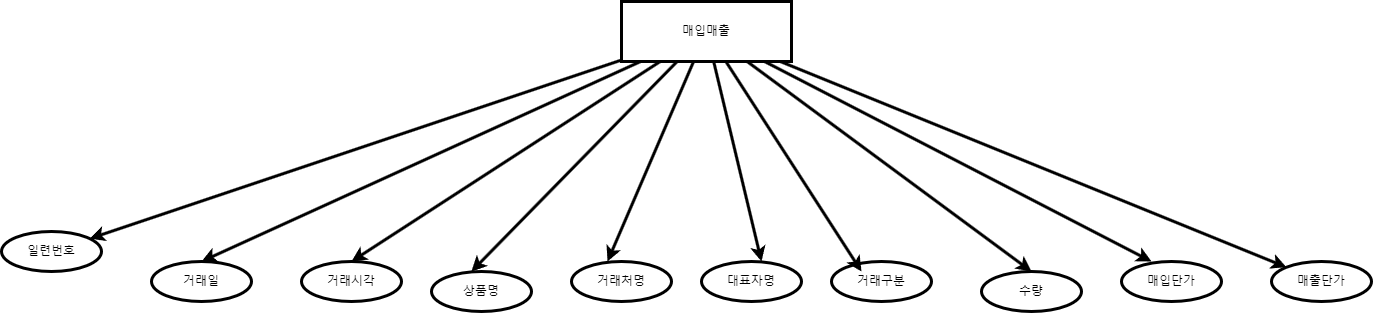
The draw.io diagram 매입매출/매입매출.drawio.png in pizzajoa/Biz-2024-DBMS, before a commit. Source tidied: cells renumbered, new cells last; positions are measured from the earlier drawing's top-left corner, leaving out a move shared by most shapes. Its diagram source:
```xml
<mxGraphModel>
  <root>
    <mxCell id="0" />
    <mxCell id="1" parent="0" />
    <mxCell id="2" style="rounded=0;jettySize=auto;html=1;strokeWidth=3;" parent="1" edge="1" source="7" target="8">
      <mxGeometry relative="1" as="geometry" />
    </mxCell>
    <mxCell id="3" style="rounded=0;jettySize=auto;html=1;entryX=0.5;entryY=0;entryDx=0;entryDy=0;strokeWidth=3;" parent="1" edge="1" source="7" target="9">
      <mxGeometry relative="1" as="geometry" />
    </mxCell>
    <mxCell id="4" style="rounded=0;jettySize=auto;html=1;entryX=0.5;entryY=0;entryDx=0;entryDy=0;strokeWidth=3;" parent="1" edge="1" source="7" target="10">
      <mxGeometry relative="1" as="geometry" />
    </mxCell>
    <mxCell id="5" style="rounded=0;jettySize=auto;html=1;entryX=0.5;entryY=0;entryDx=0;entryDy=0;strokeWidth=3;" parent="1" edge="1" source="7" target="15">
      <mxGeometry relative="1" as="geometry" />
    </mxCell>
    <mxCell id="6" style="rounded=0;jettySize=auto;html=1;strokeWidth=3;" parent="1" edge="1" source="7" target="17">
      <mxGeometry relative="1" as="geometry" />
    </mxCell>
    <mxCell id="7" value="매입매출" style="whiteSpace=wrap;html=1;align=center;strokeWidth=3;" parent="1" vertex="1">
      <mxGeometry x="620" width="170" height="60" as="geometry" />
    </mxCell>
    <mxCell id="8" value="일련번호" style="ellipse;whiteSpace=wrap;html=1;align=center;strokeWidth=3;" parent="1" vertex="1">
      <mxGeometry y="230" width="100" height="40" as="geometry" />
    </mxCell>
    <mxCell id="9" value="거래일" style="ellipse;whiteSpace=wrap;html=1;align=center;strokeWidth=3;" parent="1" vertex="1">
      <mxGeometry x="150" y="260" width="100" height="40" as="geometry" />
    </mxCell>
    <mxCell id="10" value="거래시각" style="ellipse;whiteSpace=wrap;html=1;align=center;strokeWidth=3;" parent="1" vertex="1">
      <mxGeometry x="300" y="260" width="100" height="40" as="geometry" />
    </mxCell>
    <mxCell id="11" value="상품명" style="ellipse;whiteSpace=wrap;html=1;align=center;strokeWidth=3;" parent="1" vertex="1">
      <mxGeometry x="430" y="270" width="100" height="40" as="geometry" />
    </mxCell>
    <mxCell id="12" value="거래처명" style="ellipse;whiteSpace=wrap;html=1;align=center;strokeWidth=3;" parent="1" vertex="1">
      <mxGeometry x="570" y="260" width="100" height="40" as="geometry" />
    </mxCell>
    <mxCell id="13" value="대표자명" style="ellipse;whiteSpace=wrap;html=1;align=center;strokeWidth=3;" parent="1" vertex="1">
      <mxGeometry x="700" y="260" width="100" height="40" as="geometry" />
    </mxCell>
    <mxCell id="14" value="거래구분" style="ellipse;whiteSpace=wrap;html=1;align=center;strokeWidth=3;" parent="1" vertex="1">
      <mxGeometry x="830" y="260" width="100" height="40" as="geometry" />
    </mxCell>
    <mxCell id="15" value="수량" style="ellipse;whiteSpace=wrap;html=1;align=center;strokeWidth=3;" parent="1" vertex="1">
      <mxGeometry x="980" y="270" width="100" height="40" as="geometry" />
    </mxCell>
    <mxCell id="16" value="매입단가" style="ellipse;whiteSpace=wrap;html=1;align=center;strokeWidth=3;" parent="1" vertex="1">
      <mxGeometry x="1120" y="260" width="100" height="40" as="geometry" />
    </mxCell>
    <mxCell id="17" value="매출단가" style="ellipse;whiteSpace=wrap;html=1;align=center;strokeWidth=3;" parent="1" vertex="1">
      <mxGeometry x="1270" y="260" width="100" height="40" as="geometry" />
    </mxCell>
    <mxCell id="18" style="rounded=0;jettySize=auto;html=1;entryX=0.4;entryY=0;entryDx=0;entryDy=0;entryPerimeter=0;strokeWidth=3;" parent="1" edge="1" source="7" target="11">
      <mxGeometry relative="1" as="geometry" />
    </mxCell>
    <mxCell id="19" style="rounded=0;jettySize=auto;html=1;entryX=0.36;entryY=0;entryDx=0;entryDy=0;entryPerimeter=0;strokeWidth=3;" parent="1" edge="1" source="7" target="12">
      <mxGeometry relative="1" as="geometry" />
    </mxCell>
    <mxCell id="20" style="rounded=0;jettySize=auto;html=1;entryX=0.6;entryY=0;entryDx=0;entryDy=0;entryPerimeter=0;strokeWidth=3;" parent="1" edge="1" source="7" target="13">
      <mxGeometry relative="1" as="geometry" />
    </mxCell>
    <mxCell id="21" style="rounded=0;jettySize=auto;html=1;entryX=0.3;entryY=0.25;entryDx=0;entryDy=0;entryPerimeter=0;strokeWidth=3;" parent="1" edge="1" source="7" target="14">
      <mxGeometry relative="1" as="geometry" />
    </mxCell>
    <mxCell id="22" style="rounded=0;jettySize=auto;html=1;entryX=0.3;entryY=0;entryDx=0;entryDy=0;entryPerimeter=0;strokeWidth=3;" parent="1" edge="1" source="7" target="16">
      <mxGeometry relative="1" as="geometry" />
    </mxCell>
  </root>
</mxGraphModel>
```
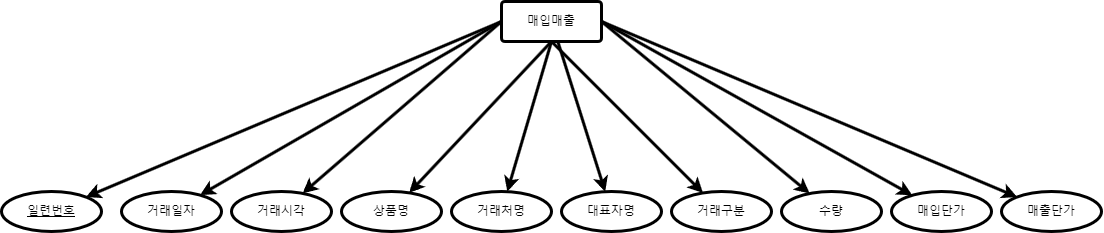
The same file after the commit.

What changed in the source:
```diff
@@ -2,68 +2,68 @@
   <root>
     <mxCell id="0" />
     <mxCell id="1" parent="0" />
-    <mxCell id="2" style="rounded=0;jettySize=auto;html=1;strokeWidth=3;" parent="1" edge="1" source="7" target="8">
+    <mxCell id="2" style="rounded=0;jettySize=auto;html=1;exitX=0;exitY=0.5;exitDx=0;exitDy=0;strokeColor=default;strokeWidth=3;" parent="1" edge="1" source="7" target="8">
       <mxGeometry relative="1" as="geometry" />
     </mxCell>
-    <mxCell id="3" style="rounded=0;jettySize=auto;html=1;entryX=0.5;entryY=0;entryDx=0;entryDy=0;strokeWidth=3;" parent="1" edge="1" source="7" target="9">
-      <mxGeometry relative="1" as="geometry" />
-    </mxCell>
+    <mxCell id="23" style="rounded=0;jettySize=auto;html=1;exitX=0;exitY=0.5;exitDx=0;exitDy=0;strokeColor=default;strokeWidth=3;" parent="1" edge="1" source="7" target="24">
+      <mxGeometry relative="1" as="geometry" />
+    </mxCell>
-    <mxCell id="4" style="rounded=0;jettySize=auto;html=1;entryX=0.5;entryY=0;entryDx=0;entryDy=0;strokeWidth=3;" parent="1" edge="1" source="7" target="10">
+    <mxCell id="4" style="rounded=0;jettySize=auto;html=1;exitX=0;exitY=0.5;exitDx=0;exitDy=0;strokeColor=default;strokeWidth=3;" parent="1" edge="1" source="7" target="10">
       <mxGeometry relative="1" as="geometry" />
     </mxCell>
+    <mxCell id="18" style="rounded=0;jettySize=auto;html=1;exitX=0.5;exitY=1;exitDx=0;exitDy=0;strokeColor=default;strokeWidth=3;" parent="1" edge="1" source="7" target="11">
+      <mxGeometry relative="1" as="geometry" />
+    </mxCell>
+    <mxCell id="19" style="rounded=0;jettySize=auto;html=1;exitX=0.5;exitY=1;exitDx=0;exitDy=0;strokeColor=default;strokeWidth=3;" parent="1" edge="1" source="7" target="12">
+      <mxGeometry relative="1" as="geometry" />
+    </mxCell>
+    <mxCell id="20" style="rounded=0;jettySize=auto;html=1;strokeColor=default;strokeWidth=3;" parent="1" edge="1" source="7" target="13">
+      <mxGeometry relative="1" as="geometry" />
+    </mxCell>
+    <mxCell id="6" style="rounded=0;jettySize=auto;html=1;exitX=1;exitY=0.5;exitDx=0;exitDy=0;strokeColor=default;strokeWidth=3;" parent="1" edge="1" source="7" target="17">
+      <mxGeometry relative="1" as="geometry" />
+    </mxCell>
+    <mxCell id="22" style="rounded=0;jettySize=auto;html=1;exitX=1;exitY=0.5;exitDx=0;exitDy=0;strokeColor=default;strokeWidth=3;" parent="1" edge="1" source="7" target="16">
+      <mxGeometry relative="1" as="geometry" />
+    </mxCell>
-    <mxCell id="5" style="rounded=0;jettySize=auto;html=1;entryX=0.5;entryY=0;entryDx=0;entryDy=0;strokeWidth=3;" parent="1" edge="1" source="7" target="15">
+    <mxCell id="5" style="rounded=0;jettySize=auto;html=1;exitX=1;exitY=0.5;exitDx=0;exitDy=0;strokeColor=default;strokeWidth=3;" parent="1" edge="1" source="7" target="15">
       <mxGeometry relative="1" as="geometry" />
     </mxCell>
-    <mxCell id="6" style="rounded=0;jettySize=auto;html=1;strokeWidth=3;" parent="1" edge="1" source="7" target="17">
-      <mxGeometry relative="1" as="geometry" />
-    </mxCell>
+    <mxCell id="21" style="rounded=0;jettySize=auto;html=1;exitX=0.5;exitY=1;exitDx=0;exitDy=0;strokeColor=default;strokeWidth=3;" parent="1" edge="1" source="7" target="14">
+      <mxGeometry relative="1" as="geometry" />
+    </mxCell>
-    <mxCell id="7" value="매입매출" style="whiteSpace=wrap;html=1;align=center;strokeWidth=3;" parent="1" vertex="1">
-      <mxGeometry x="620" width="170" height="60" as="geometry" />
+    <mxCell id="7" value="매입매출" style="rounded=1;arcSize=9;whiteSpace=wrap;html=1;align=center;strokeColor=default;strokeWidth=3;" parent="1" vertex="1">
+      <mxGeometry x="670" y="20" width="100" height="40" as="geometry" />
     </mxCell>
-    <mxCell id="8" value="일련번호" style="ellipse;whiteSpace=wrap;html=1;align=center;strokeWidth=3;" parent="1" vertex="1">
-      <mxGeometry y="230" width="100" height="40" as="geometry" />
+    <mxCell id="8" value="일련번호" style="ellipse;whiteSpace=wrap;html=1;align=center;fontStyle=4;strokeColor=default;strokeWidth=3;" parent="1" vertex="1">
+      <mxGeometry x="170" y="210" width="100" height="40" as="geometry" />
     </mxCell>
-    <mxCell id="9" value="거래일" style="ellipse;whiteSpace=wrap;html=1;align=center;strokeWidth=3;" parent="1" vertex="1">
-      <mxGeometry x="150" y="260" width="100" height="40" as="geometry" />
-    </mxCell>
+    <mxCell id="24" value="거래일자" style="ellipse;whiteSpace=wrap;html=1;align=center;strokeColor=default;strokeWidth=3;" parent="1" vertex="1">
+      <mxGeometry x="290" y="210" width="100" height="40" as="geometry" />
+    </mxCell>
-    <mxCell id="10" value="거래시각" style="ellipse;whiteSpace=wrap;html=1;align=center;strokeWidth=3;" parent="1" vertex="1">
-      <mxGeometry x="300" y="260" width="100" height="40" as="geometry" />
+    <mxCell id="10" value="거래시각" style="ellipse;whiteSpace=wrap;html=1;align=center;strokeColor=default;strokeWidth=3;" parent="1" vertex="1">
+      <mxGeometry x="400" y="210" width="100" height="40" as="geometry" />
     </mxCell>
-    <mxCell id="11" value="상품명" style="ellipse;whiteSpace=wrap;html=1;align=center;strokeWidth=3;" parent="1" vertex="1">
-      <mxGeometry x="430" y="270" width="100" height="40" as="geometry" />
+    <mxCell id="11" value="상품명" style="ellipse;whiteSpace=wrap;html=1;align=center;strokeColor=default;strokeWidth=3;" parent="1" vertex="1">
+      <mxGeometry x="510" y="210" width="100" height="40" as="geometry" />
     </mxCell>
-    <mxCell id="12" value="거래처명" style="ellipse;whiteSpace=wrap;html=1;align=center;strokeWidth=3;" parent="1" vertex="1">
-      <mxGeometry x="570" y="260" width="100" height="40" as="geometry" />
+    <mxCell id="12" value="거래처명" style="ellipse;whiteSpace=wrap;html=1;align=center;strokeColor=default;strokeWidth=3;" parent="1" vertex="1">
+      <mxGeometry x="620" y="210" width="100" height="40" as="geometry" />
     </mxCell>
-    <mxCell id="13" value="대표자명" style="ellipse;whiteSpace=wrap;html=1;align=center;strokeWidth=3;" parent="1" vertex="1">
-      <mxGeometry x="700" y="260" width="100" height="40" as="geometry" />
+    <mxCell id="13" value="대표자명" style="ellipse;whiteSpace=wrap;html=1;align=center;strokeColor=default;strokeWidth=3;" parent="1" vertex="1">
+      <mxGeometry x="730" y="210" width="100" height="40" as="geometry" />
     </mxCell>
-    <mxCell id="14" value="거래구분" style="ellipse;whiteSpace=wrap;html=1;align=center;strokeWidth=3;" parent="1" vertex="1">
-      <mxGeometry x="830" y="260" width="100" height="40" as="geometry" />
+    <mxCell id="14" value="거래구분" style="ellipse;whiteSpace=wrap;html=1;align=center;strokeColor=default;strokeWidth=3;" parent="1" vertex="1">
+      <mxGeometry x="840" y="210" width="100" height="40" as="geometry" />
     </mxCell>
-    <mxCell id="15" value="수량" style="ellipse;whiteSpace=wrap;html=1;align=center;strokeWidth=3;" parent="1" vertex="1">
-      <mxGeometry x="980" y="270" width="100" height="40" as="geometry" />
+    <mxCell id="15" value="수량" style="ellipse;whiteSpace=wrap;html=1;align=center;strokeColor=default;strokeWidth=3;" parent="1" vertex="1">
+      <mxGeometry x="950" y="210" width="100" height="40" as="geometry" />
     </mxCell>
-    <mxCell id="16" value="매입단가" style="ellipse;whiteSpace=wrap;html=1;align=center;strokeWidth=3;" parent="1" vertex="1">
-      <mxGeometry x="1120" y="260" width="100" height="40" as="geometry" />
+    <mxCell id="16" value="매입단가" style="ellipse;whiteSpace=wrap;html=1;align=center;strokeColor=default;strokeWidth=3;" parent="1" vertex="1">
+      <mxGeometry x="1060" y="210" width="100" height="40" as="geometry" />
     </mxCell>
-    <mxCell id="17" value="매출단가" style="ellipse;whiteSpace=wrap;html=1;align=center;strokeWidth=3;" parent="1" vertex="1">
-      <mxGeometry x="1270" y="260" width="100" height="40" as="geometry" />
+    <mxCell id="17" value="매출단가" style="ellipse;whiteSpace=wrap;html=1;align=center;strokeColor=default;strokeWidth=3;" parent="1" vertex="1">
+      <mxGeometry x="1170" y="210" width="100" height="40" as="geometry" />
     </mxCell>
-    <mxCell id="18" style="rounded=0;jettySize=auto;html=1;entryX=0.4;entryY=0;entryDx=0;entryDy=0;entryPerimeter=0;strokeWidth=3;" parent="1" edge="1" source="7" target="11">
-      <mxGeometry relative="1" as="geometry" />
-    </mxCell>
-    <mxCell id="19" style="rounded=0;jettySize=auto;html=1;entryX=0.36;entryY=0;entryDx=0;entryDy=0;entryPerimeter=0;strokeWidth=3;" parent="1" edge="1" source="7" target="12">
-      <mxGeometry relative="1" as="geometry" />
-    </mxCell>
-    <mxCell id="20" style="rounded=0;jettySize=auto;html=1;entryX=0.6;entryY=0;entryDx=0;entryDy=0;entryPerimeter=0;strokeWidth=3;" parent="1" edge="1" source="7" target="13">
-      <mxGeometry relative="1" as="geometry" />
-    </mxCell>
-    <mxCell id="21" style="rounded=0;jettySize=auto;html=1;entryX=0.3;entryY=0.25;entryDx=0;entryDy=0;entryPerimeter=0;strokeWidth=3;" parent="1" edge="1" source="7" target="14">
-      <mxGeometry relative="1" as="geometry" />
-    </mxCell>
-    <mxCell id="22" style="rounded=0;jettySize=auto;html=1;entryX=0.3;entryY=0;entryDx=0;entryDy=0;entryPerimeter=0;strokeWidth=3;" parent="1" edge="1" source="7" target="16">
-      <mxGeometry relative="1" as="geometry" />
-    </mxCell>
   </root>
 </mxGraphModel>
```
